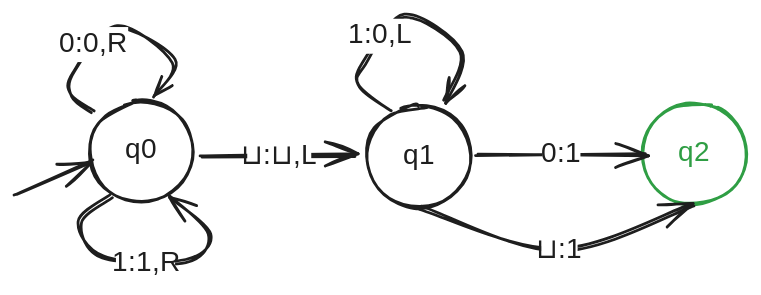
This is notes/media/tm-incrementer.excalidraw.svg from vk-cs-foundations-fall-25/shared-notes, a Excalidraw export, as it was before one commit. Source tidied: one line per element, renumbered; positions are measured from the earlier drawing's top-left corner, leaving out a move shared by most shapes.
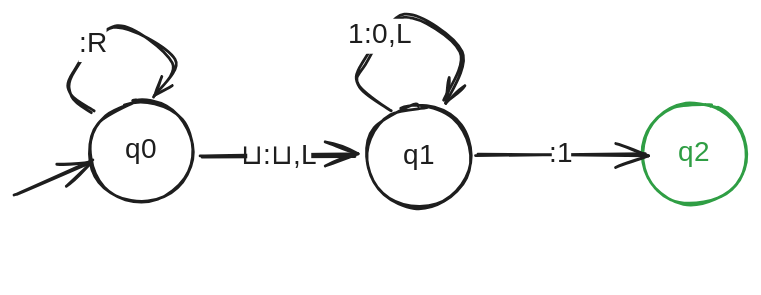
The same diagram one commit later.

The edit, as a diff of the source:
```diff
@@ -5,15 +5,11 @@
 {"id": 4, "type": "ellipse", "strokeColor": "#2f9e44", "strokeWidth": 2, "roughness": 1, "round": true, "x": 448, "y": 62, "width": 75, "height": 72}
 {"id": 5, "type": "text", "text": "q2", "strokeColor": "#2f9e44", "strokeWidth": 2, "roughness": 1, "fontSize": 20, "fontFamily": 5, "textAlign": "center", "verticalAlign": "middle", "inside": 4, "x": 473, "y": 86, "width": 25, "height": 25}
 {"id": 6, "type": "arrow", "strokeColor": "#1e1e1e", "strokeWidth": 2, "roughness": 1, "endArrowhead": "arrow", "round": true, "from": 0, "to": 0, "x": 55, "y": 69, "width": 73, "height": 63, "points": [[0, 0], [-15, -13], [-12, -29], [17, -63], [58, -37], [45, -11]]}
-{"id": 7, "type": "text", "text": "0:0,R", "strokeColor": "#1e1e1e", "strokeWidth": 2, "roughness": 1, "fontSize": 20, "fontFamily": 5, "textAlign": "center", "verticalAlign": "middle", "inside": 6, "x": 38, "y": 22, "width": 51, "height": 25}
+{"id": 7, "type": "text", "text": ":R", "strokeColor": "#1e1e1e", "strokeWidth": 2, "roughness": 1, "fontSize": 20, "fontFamily": 5, "textAlign": "center", "verticalAlign": "middle", "inside": 6, "x": 45, "y": 7, "width": 20, "height": 25}
 {"id": 8, "type": "arrow", "strokeColor": "#1e1e1e", "strokeWidth": 2, "roughness": 1, "endArrowhead": "arrow", "round": true, "from": 2, "to": 2, "x": 268, "y": 66, "width": 73, "height": 66, "points": [[0, 0], [-22, -16], [-19, -32], [10, -66], [51, -40], [38, -5]]}
 {"id": 9, "type": "text", "text": "1:0,L", "strokeColor": "#1e1e1e", "strokeWidth": 2, "roughness": 1, "fontSize": 20, "fontFamily": 5, "textAlign": "center", "verticalAlign": "middle", "inside": 8, "x": 240, "y": 1, "width": 42, "height": 25}
-{"id": 10, "type": "arrow", "strokeColor": "#1e1e1e", "strokeWidth": 2, "roughness": 1, "endArrowhead": "arrow", "round": true, "from": 0, "to": 0, "x": 69, "y": 128, "width": 93, "height": 47, "points": [[0, 0], [-23, 19], [-5, 43], [54, 47], [70, 28], [41, 0]]}
-{"id": 11, "type": "text", "text": "1:1,R", "strokeColor": "#1e1e1e", "strokeWidth": 2, "roughness": 1, "fontSize": 20, "fontFamily": 5, "textAlign": "center", "verticalAlign": "middle", "inside": 10, "x": 72, "y": 164, "width": 42, "height": 25}
 {"id": 12, "type": "arrow", "strokeColor": "#1e1e1e", "strokeWidth": 2, "roughness": 1, "endArrowhead": "arrow", "round": true, "from": 0, "to": 2, "x": 134, "y": 100, "width": 110, "height": 0, "points": [[0, 0], [110, 0]]}
 {"id": 13, "type": "text", "text": "⊔:⊔,L", "strokeColor": "#1e1e1e", "strokeWidth": 2, "roughness": 1, "fontSize": 20, "fontFamily": 5, "textAlign": "center", "verticalAlign": "middle", "inside": 12, "x": 166, "y": 87, "width": 46, "height": 25}
 {"id": 14, "type": "arrow", "strokeColor": "#1e1e1e", "strokeWidth": 2, "roughness": 1, "endArrowhead": "arrow", "round": true, "from": 2, "to": 4, "x": 330, "y": 99, "width": 121, "height": 1, "points": [[0, 0], [121, -1]]}
-{"id": 15, "type": "text", "text": "0:1", "strokeColor": "#1e1e1e", "strokeWidth": 2, "roughness": 1, "fontSize": 20, "fontFamily": 5, "textAlign": "center", "verticalAlign": "middle", "inside": 14, "x": 377, "y": 86, "width": 27, "height": 25}
+{"id": 15, "type": "text", "text": ":1", "strokeColor": "#1e1e1e", "strokeWidth": 2, "roughness": 1, "fontSize": 20, "fontFamily": 5, "textAlign": "center", "verticalAlign": "middle", "inside": 14, "x": 383, "y": 86, "width": 14, "height": 25}
-{"id": 16, "type": "arrow", "strokeColor": "#1e1e1e", "strokeWidth": 2, "roughness": 1, "endArrowhead": "arrow", "round": true, "from": 2, "to": 4, "x": 290, "y": 136, "width": 195, "height": 33, "points": [[0, 0], [99, 31], [195, -2]]}
-{"id": 17, "type": "text", "text": "⊔:1", "strokeColor": "#1e1e1e", "strokeWidth": 2, "roughness": 1, "fontSize": 20, "fontFamily": 5, "textAlign": "center", "verticalAlign": "middle", "inside": 16, "x": 376, "y": 154, "width": 26, "height": 25}
 {"id": 18, "type": "arrow", "strokeColor": "#1e1e1e", "strokeWidth": 2, "roughness": 1, "endArrowhead": "arrow", "round": true, "to": 0, "x": 0, "y": 126, "width": 55, "height": 24, "points": [[0, 0], [55, -24]]}
```
